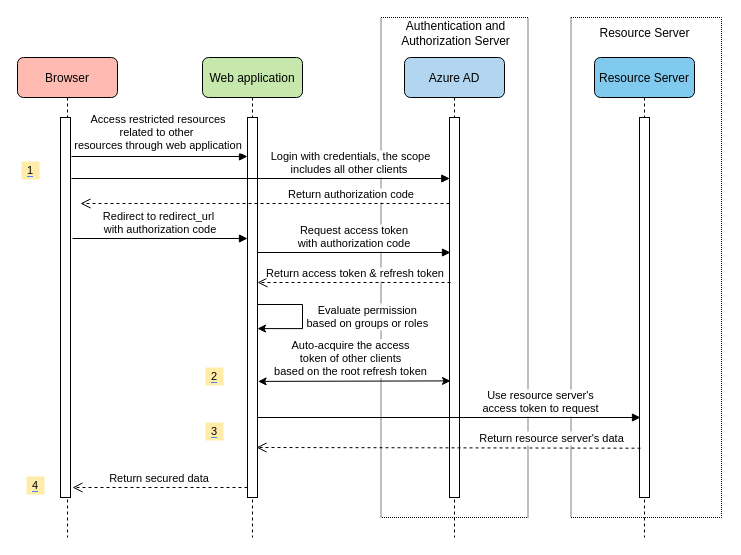
This is sdk/spring/azure-spring-boot-starter-active-directory/resource/source-file/web-application-with-function-of-visiting-resource-servers.drawio from Azure/azure-sdk-for-java, a draw.io file, before an edit. Source tidied: cells renumbered, new cells numbered last; positions are measured from the earlier drawing's top-left corner, leaving out a move shared by most shapes. Both pictures are drawn from the tidied source at 100%, with x=0, y=0 at pixel (17, 17).
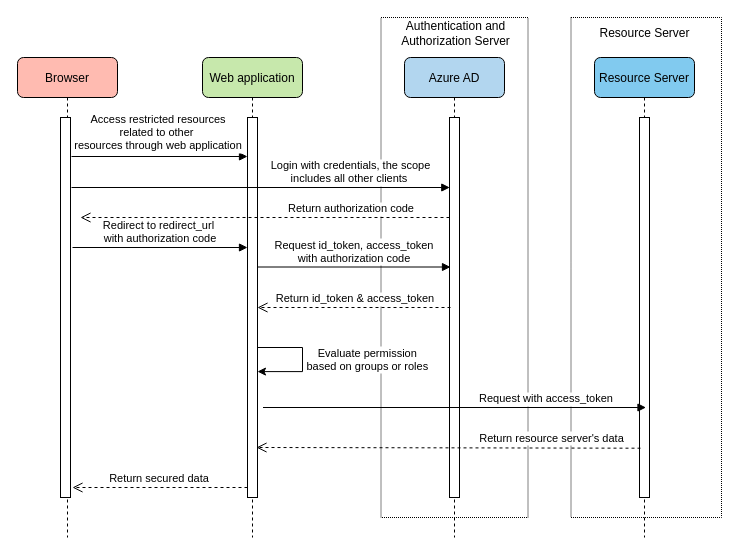
Above is the later version.

Change to the diagram source:
```diff
@@
-    <mxCell id="14" value="&lt;span style=&quot;background-color: rgb(255, 236, 169); font-size: 11px;&quot;&gt;1&lt;/span&gt;" style="rounded=0;whiteSpace=wrap;html=1;labelBackgroundColor=#4A86FF;fillColor=#FFECA9;strokeColor=none;fontSize=11;" parent="1" vertex="1">
-      <mxGeometry x="4" y="144" width="18" height="18" as="geometry" />
-    </mxCell>
     <mxCell id="15" value="Login with credentials, the scope &#10;includes all other clients " style="verticalAlign=bottom;endArrow=block;shadow=0;strokeWidth=1;fontSize=11;spacingTop=0;spacingRight=-3;" parent="1" edge="1">
       <mxGeometry x="0.47" relative="1" as="geometry">
-        <mxPoint x="54" y="161" as="sourcePoint" />
-        <mxPoint x="432.3" y="161" as="targetPoint" />
+        <mxPoint x="54" y="170" as="sourcePoint" />
+        <mxPoint x="432.3" y="170" as="targetPoint" />
       </mxGeometry>
     </mxCell>
-    <mxCell id="16" value="Use resource server's &#10;access token to request" style="verticalAlign=bottom;endArrow=block;shadow=0;strokeWidth=1;entryX=0.005;entryY=0.784;entryDx=0;entryDy=0;entryPerimeter=0;fontSize=11;spacingLeft=19;spacingBottom=0;spacingRight=18;" parent="1" edge="1">
+    <mxCell id="16" value="Request with access_token" style="verticalAlign=bottom;endArrow=block;shadow=0;strokeWidth=1;entryX=0.005;entryY=0.784;entryDx=0;entryDy=0;entryPerimeter=0;fontSize=11;spacingLeft=19;spacingBottom=0;spacingRight=18;" parent="1" edge="1">
       <mxGeometry x="0.48" relative="1" as="geometry">
-        <mxPoint x="240" y="400" as="sourcePoint" />
-        <mxPoint x="623" y="400" as="targetPoint" />
+        <mxPoint x="245.5" y="390" as="sourcePoint" />
+        <mxPoint x="628.5" y="390" as="targetPoint" />
       </mxGeometry>
     </mxCell>
@@
     <mxCell id="18" style="edgeStyle=orthogonalEdgeStyle;rounded=0;orthogonalLoop=1;jettySize=auto;html=1;entryX=1;entryY=0.479;entryDx=0;entryDy=0;entryPerimeter=0;fontSize=11;" parent="1" edge="1">
       <mxGeometry relative="1" as="geometry">
-        <mxPoint x="240" y="287" as="sourcePoint" />
-        <mxPoint x="240" y="311.1" as="targetPoint" />
+        <mxPoint x="240" y="330" as="sourcePoint" />
+        <mxPoint x="240" y="354.1" as="targetPoint" />
         <Array as="points">
-          <mxPoint x="285" y="287" />
-          <mxPoint x="285" y="311" />
+          <mxPoint x="285" y="330" />
+          <mxPoint x="285" y="354" />
         </Array>
       </mxGeometry>
     </mxCell>
@@
-    <mxCell id="20" value="&lt;span style=&quot;background-color: rgb(255, 236, 169); font-size: 11px;&quot;&gt;4&lt;/span&gt;" style="rounded=0;whiteSpace=wrap;html=1;labelBackgroundColor=#4A86FF;fillColor=#FFECA9;strokeColor=none;fontSize=11;" parent="1" vertex="1">
-      <mxGeometry x="9" y="459" width="18" height="18" as="geometry" />
-    </mxCell>
-    <mxCell id="21" value="Request access token &#10;with authorization code" style="verticalAlign=bottom;endArrow=block;entryX=0;entryY=0;shadow=0;strokeWidth=1;fontSize=11;" parent="1" edge="1">
+    <mxCell id="21" value="Request id_token, access_token &#10;with authorization code" style="verticalAlign=bottom;endArrow=block;entryX=0;entryY=0;shadow=0;strokeWidth=1;fontSize=11;" parent="1" edge="1">
       <mxGeometry relative="1" as="geometry">
-        <mxPoint x="240" y="235" as="sourcePoint" />
-        <mxPoint x="433" y="235" as="targetPoint" />
+        <mxPoint x="240" y="249.5" as="sourcePoint" />
+        <mxPoint x="433" y="249.5" as="targetPoint" />
       </mxGeometry>
     </mxCell>
     <mxCell id="22" value="Return authorization code" style="verticalAlign=bottom;endArrow=open;dashed=1;endSize=8;shadow=0;strokeWidth=1;exitX=-0.007;exitY=0.617;exitDx=0;exitDy=0;exitPerimeter=0;spacingRight=-4;entryX=0.969;entryY=0.171;entryDx=0;entryDy=0;entryPerimeter=0;fontSize=11;" parent="1" edge="1">
       <mxGeometry x="-0.46" relative="1" as="geometry">
-        <mxPoint x="432" y="186" as="sourcePoint" />
-        <mxPoint x="63" y="186" as="targetPoint" />
+        <mxPoint x="432" y="200" as="sourcePoint" />
+        <mxPoint x="63" y="200" as="targetPoint" />
       </mxGeometry>
     </mxCell>
     <mxCell id="23" value="Redirect to redirect_url &#10;with authorization code" style="verticalAlign=bottom;endArrow=block;entryX=0;entryY=0;shadow=0;strokeWidth=1;fontSize=11;" parent="1" edge="1">
       <mxGeometry relative="1" as="geometry">
-        <mxPoint x="55" y="221" as="sourcePoint" />
-        <mxPoint x="230" y="221" as="targetPoint" />
+        <mxPoint x="55" y="230" as="sourcePoint" />
+        <mxPoint x="230" y="230" as="targetPoint" />
       </mxGeometry>
     </mxCell>
-    <mxCell id="24" value="Return access token &amp; refresh token" style="verticalAlign=bottom;endArrow=open;dashed=1;endSize=8;shadow=0;strokeWidth=1;exitX=-0.007;exitY=0.617;exitDx=0;exitDy=0;exitPerimeter=0;spacingRight=-4;fontSize=11;" parent="1" edge="1">
+    <mxCell id="24" value="Return id_token &amp; access_token" style="verticalAlign=bottom;endArrow=open;dashed=1;endSize=8;shadow=0;strokeWidth=1;exitX=-0.007;exitY=0.617;exitDx=0;exitDy=0;exitPerimeter=0;spacingRight=-4;fontSize=11;" parent="1" edge="1">
       <mxGeometry x="0.01" relative="1" as="geometry">
-        <mxPoint x="433" y="265" as="sourcePoint" />
-        <mxPoint x="240" y="265" as="targetPoint" />
+        <mxPoint x="433" y="290" as="sourcePoint" />
+        <mxPoint x="240" y="290" as="targetPoint" />
       </mxGeometry>
     </mxCell>
@@
-    <mxCell id="27" value="&lt;span style=&quot;background-color: rgb(255, 236, 169); font-size: 11px;&quot;&gt;3&lt;/span&gt;" style="rounded=0;whiteSpace=wrap;html=1;labelBackgroundColor=#4A86FF;fillColor=#FFECA9;strokeColor=none;fontSize=11;" parent="1" vertex="1">
-      <mxGeometry x="188" y="405" width="18" height="18" as="geometry" />
-    </mxCell>
-    <mxCell id="28" style="endArrow=classic;startArrow=classic;html=1;fontSize=11;entryX=0.1;entryY=0.538;entryDx=0;entryDy=0;entryPerimeter=0;exitX=1.011;exitY=0.607;exitDx=0;exitDy=0;exitPerimeter=0;spacingTop=1;spacingLeft=0;" parent="1" edge="1">
-      <mxGeometry relative="1" as="geometry">
-        <mxPoint x="240.6" y="363.9" as="sourcePoint" />
-        <mxPoint x="433" y="363.4" as="targetPoint" />
-      </mxGeometry>
-    </mxCell>
-    <mxCell id="29" value="Auto-acquire the access &lt;br&gt;token of other clients &lt;br&gt;based on the root refresh token" style="edgeLabel;html=1;align=center;verticalAlign=middle;fontSize=11;" parent="28" vertex="1">
-      <mxGeometry x="-0.16" y="3" relative="1" as="geometry">
-        <mxPoint x="11" y="-20" as="offset" />
-      </mxGeometry>
-    </mxCell>
-    <mxCell id="30" value="&lt;span style=&quot;background-color: rgb(255 , 236 , 169) ; font-size: 11px&quot;&gt;2&lt;/span&gt;" style="rounded=0;whiteSpace=wrap;html=1;labelBackgroundColor=#4A86FF;fillColor=#FFECA9;strokeColor=none;fontSize=11;" parent="1" vertex="1">
-      <mxGeometry x="188" y="350" width="18" height="18" as="geometry" />
-    </mxCell>
```
